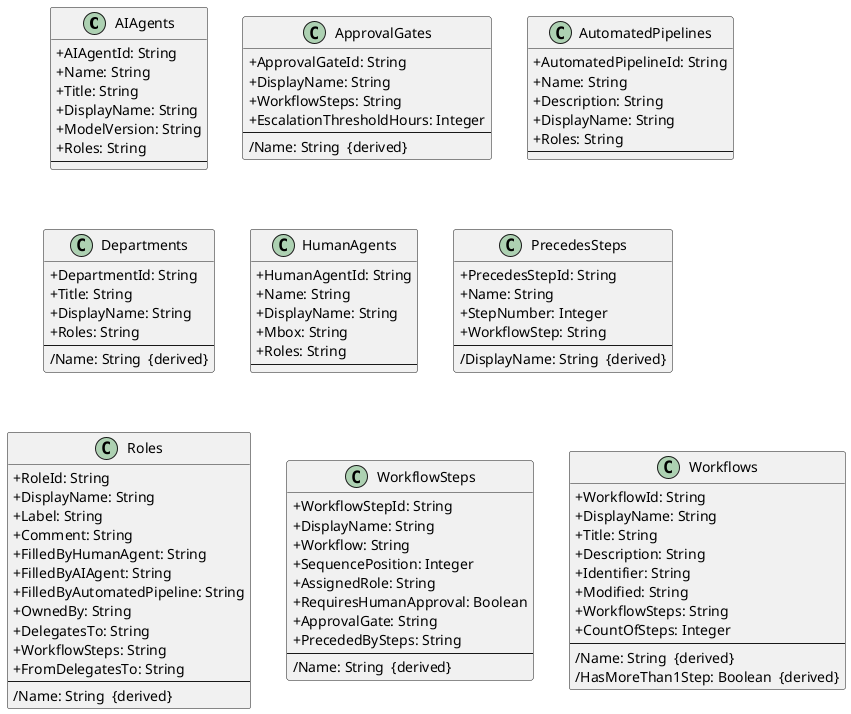
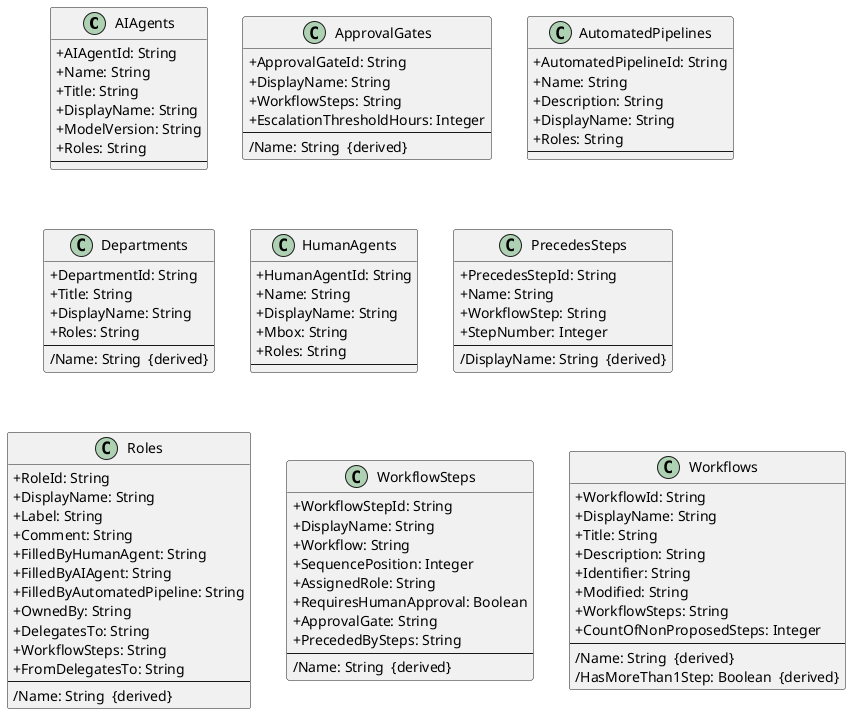
@startuml
skinparam classAttributeIconSize 0

class AIAgents {
  +AIAgentId: String
  +Name: String
  +Title: String
  +DisplayName: String
  +ModelVersion: String
  +Roles: String
  --
}

class ApprovalGates {
  +ApprovalGateId: String
  +DisplayName: String
  +WorkflowSteps: String
  +EscalationThresholdHours: Integer
  --
  /Name: String  {derived}
}

class AutomatedPipelines {
  +AutomatedPipelineId: String
  +Name: String
  +Description: String
  +DisplayName: String
  +Roles: String
  --
}

class Departments {
  +DepartmentId: String
  +Title: String
  +DisplayName: String
  +Roles: String
  --
  /Name: String  {derived}
}

class HumanAgents {
  +HumanAgentId: String
  +Name: String
  +DisplayName: String
  +Mbox: String
  +Roles: String
  --
}

class PrecedesSteps {
  +PrecedesStepId: String
  +Name: String
+   +WorkflowStep: String
  +StepNumber: Integer
-   +WorkflowStep: String
  --
  /DisplayName: String  {derived}
}

class Roles {
  +RoleId: String
  +DisplayName: String
  +Label: String
  +Comment: String
  +FilledByHumanAgent: String
  +FilledByAIAgent: String
  +FilledByAutomatedPipeline: String
  +OwnedBy: String
  +DelegatesTo: String
  +WorkflowSteps: String
  +FromDelegatesTo: String
  --
  /Name: String  {derived}
}

class WorkflowSteps {
  +WorkflowStepId: String
  +DisplayName: String
  +Workflow: String
  +SequencePosition: Integer
  +AssignedRole: String
  +RequiresHumanApproval: Boolean
  +ApprovalGate: String
  +PrecededBySteps: String
  --
  /Name: String  {derived}
}

class Workflows {
  +WorkflowId: String
  +DisplayName: String
  +Title: String
  +Description: String
  +Identifier: String
  +Modified: String
  +WorkflowSteps: String
-   +CountOfSteps: Integer
+   +CountOfNonProposedSteps: Integer
  --
  /Name: String  {derived}
  /HasMoreThan1Step: Boolean  {derived}
}

@enduml